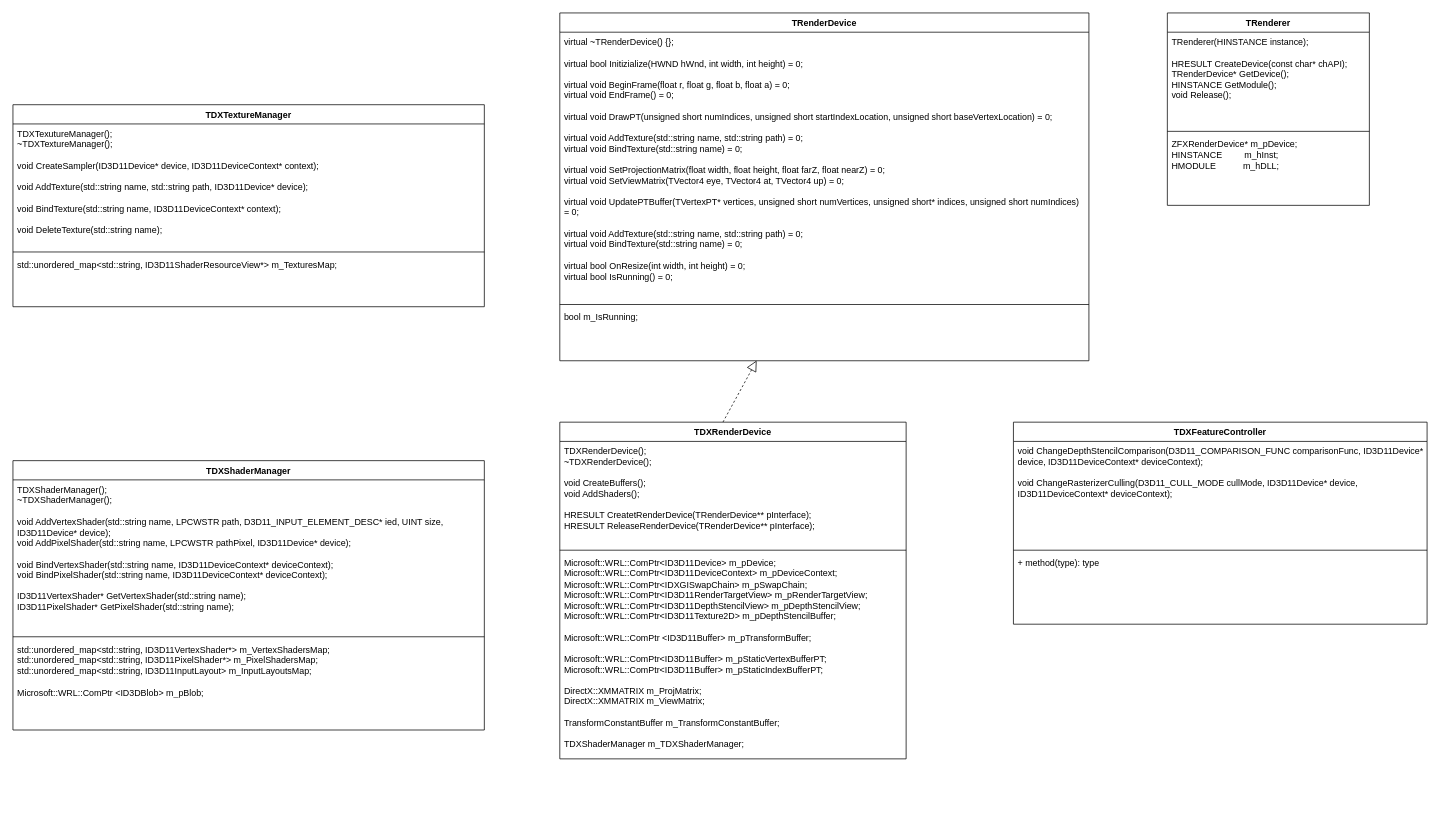
f1oating/TRender keeps this draw.io diagram as UML/TRenderer.drawio. Above is the earlier version. Source tidied: cells renumbered, new cells numbered last; positions are measured from the earlier drawing's top-left corner, leaving out a move shared by most shapes. Both pictures are drawn from the tidied source at 74%, with x=0, y=0 at pixel (13, 13).
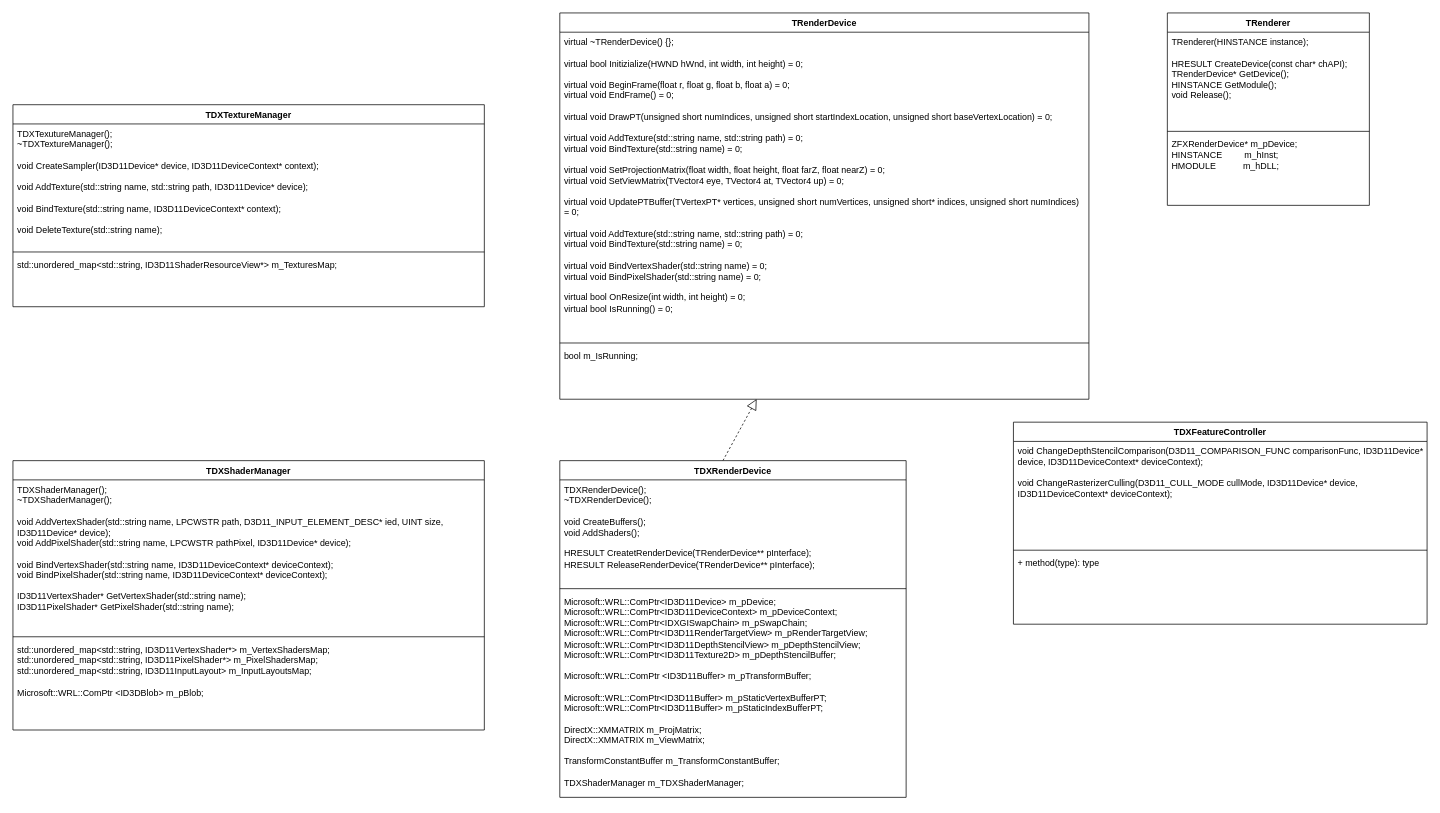
The same diagram, later.

What changed in the source:
```diff
@@
     <mxCell id="2" value="TRenderDevice" style="swimlane;fontStyle=1;align=center;verticalAlign=top;horizontal=1;startSize=26;whiteSpace=wrap;html=1;" parent="1" vertex="1">
-      <mxGeometry x="739" width="715" height="470" as="geometry" />
+      <mxGeometry x="739" width="715" height="522" as="geometry" />
     </mxCell>
-    <mxCell id="3" value="&lt;div&gt;virtual ~TRenderDevice() {};&lt;br&gt;&lt;/div&gt;&lt;div&gt;&lt;br&gt;&lt;/div&gt;&lt;div&gt;virtual bool Initizialize(HWND hWnd, int width, int height) = 0;&lt;/div&gt;&lt;div&gt;&lt;br&gt;&lt;/div&gt;&lt;div&gt;virtual void BeginFrame(float r, float g, float b, float a) = 0;&lt;/div&gt;&lt;div&gt;virtual void EndFrame() = 0;&lt;/div&gt;&lt;div&gt;&lt;br&gt;&lt;/div&gt;&lt;div&gt;virtual void DrawPT(unsigned short numIndices, unsigned short startIndexLocation, unsigned short baseVertexLocation) = 0;&lt;br&gt;&lt;/div&gt;&lt;div&gt;&lt;br&gt;&lt;/div&gt;&lt;div&gt;virtual void AddTexture(std::string name, std::string path) = 0;&lt;br&gt;virtual void BindTexture(std::string name) = 0;&lt;br&gt;&lt;/div&gt;&lt;div&gt;&lt;br&gt;&lt;/div&gt;&lt;div&gt;virtual void SetProjectionMatrix(float width, float height, float farZ, float nearZ) = 0;&lt;/div&gt;&lt;div&gt;virtual void SetViewMatrix(TVector4 eye, TVector4 at, TVector4 up) = 0;&lt;/div&gt;&lt;div&gt;&lt;br&gt;&lt;/div&gt;&lt;div&gt;virtual void UpdatePTBuffer(TVertexPT* vertices, unsigned short numVertices, unsigned short* indices, unsigned short numIndices) = 0;&lt;/div&gt;&lt;div&gt;&lt;br&gt;&lt;/div&gt;&lt;div&gt;virtual void AddTexture(std::string name, std::string path) = 0;&lt;br&gt;virtual void BindTexture(std::string name) = 0;&lt;br&gt;&lt;/div&gt;&lt;div&gt;&lt;br&gt;&lt;/div&gt;&lt;div&gt;virtual bool OnResize(int width, int height) = 0;&lt;/div&gt;&lt;div&gt;virtual bool IsRunning() = 0;&lt;br&gt;&lt;/div&gt;" style="text;strokeColor=none;fillColor=none;align=left;verticalAlign=top;spacingLeft=4;spacingRight=4;overflow=hidden;whiteSpace=wrap;html=1;" parent="2" vertex="1">
-      <mxGeometry y="26" width="715" height="364" as="geometry" />
+    <mxCell id="3" value="&lt;div&gt;virtual ~TRenderDevice() {};&lt;br&gt;&lt;/div&gt;&lt;div&gt;&lt;br&gt;&lt;/div&gt;&lt;div&gt;virtual bool Initizialize(HWND hWnd, int width, int height) = 0;&lt;/div&gt;&lt;div&gt;&lt;br&gt;&lt;/div&gt;&lt;div&gt;virtual void BeginFrame(float r, float g, float b, float a) = 0;&lt;/div&gt;&lt;div&gt;virtual void EndFrame() = 0;&lt;/div&gt;&lt;div&gt;&lt;br&gt;&lt;/div&gt;&lt;div&gt;virtual void DrawPT(unsigned short numIndices, unsigned short startIndexLocation, unsigned short baseVertexLocation) = 0;&lt;br&gt;&lt;/div&gt;&lt;div&gt;&lt;br&gt;&lt;/div&gt;&lt;div&gt;virtual void AddTexture(std::string name, std::string path) = 0;&lt;br&gt;virtual void BindTexture(std::string name) = 0;&lt;br&gt;&lt;/div&gt;&lt;div&gt;&lt;br&gt;&lt;/div&gt;&lt;div&gt;virtual void SetProjectionMatrix(float width, float height, float farZ, float nearZ) = 0;&lt;/div&gt;&lt;div&gt;virtual void SetViewMatrix(TVector4 eye, TVector4 at, TVector4 up) = 0;&lt;/div&gt;&lt;div&gt;&lt;br&gt;&lt;/div&gt;&lt;div&gt;virtual void UpdatePTBuffer(TVertexPT* vertices, unsigned short numVertices, unsigned short* indices, unsigned short numIndices) = 0;&lt;/div&gt;&lt;div&gt;&lt;br&gt;&lt;/div&gt;&lt;div&gt;virtual void AddTexture(std::string name, std::string path) = 0;&lt;br&gt;virtual void BindTexture(std::string name) = 0;&lt;/div&gt;&lt;div&gt;&lt;br&gt;&lt;/div&gt;&lt;div&gt;virtual void BindVertexShader(std::string name) = 0;&lt;br&gt;virtual void BindPixelShader(std::string name) = 0;&lt;br&gt;&lt;/div&gt;&lt;div&gt;&lt;br&gt;&lt;/div&gt;&lt;div&gt;virtual bool OnResize(int width, int height) = 0;&lt;/div&gt;&lt;div&gt;virtual bool IsRunning() = 0;&lt;br&gt;&lt;/div&gt;" style="text;strokeColor=none;fillColor=none;align=left;verticalAlign=top;spacingLeft=4;spacingRight=4;overflow=hidden;whiteSpace=wrap;html=1;" parent="2" vertex="1">
+      <mxGeometry y="26" width="715" height="416" as="geometry" />
     </mxCell>
     <mxCell id="4" style="line;strokeWidth=1;fillColor=none;align=left;verticalAlign=middle;spacingTop=-1;spacingLeft=3;spacingRight=3;labelPosition=right;strokeColor=inherit;" parent="2" vertex="1">
-      <mxGeometry y="390" width="715" height="8" as="geometry" />
+      <mxGeometry y="442" width="715" height="8" as="geometry" />
     </mxCell>
     <mxCell id="5" value="&lt;div&gt;bool m_IsRunning;&lt;br&gt;&lt;/div&gt;" style="text;strokeColor=none;fillColor=none;align=left;verticalAlign=top;spacingLeft=4;spacingRight=4;overflow=hidden;points=[[0,0.5],[1,0.5]];portConstraint=eastwest;whiteSpace=wrap;html=1;" parent="2" vertex="1">
-      <mxGeometry y="398" width="715" height="72" as="geometry" />
+      <mxGeometry y="450" width="715" height="72" as="geometry" />
     </mxCell>
@@
     <mxCell id="7" value="TDXRenderDevice" style="swimlane;fontStyle=1;align=center;verticalAlign=top;horizontal=1;startSize=26;whiteSpace=wrap;html=1;" parent="1" vertex="1">
-      <mxGeometry x="739" y="553" width="468" height="455" as="geometry" />
+      <mxGeometry x="739" y="605" width="468" height="455" as="geometry" />
     </mxCell>
```
